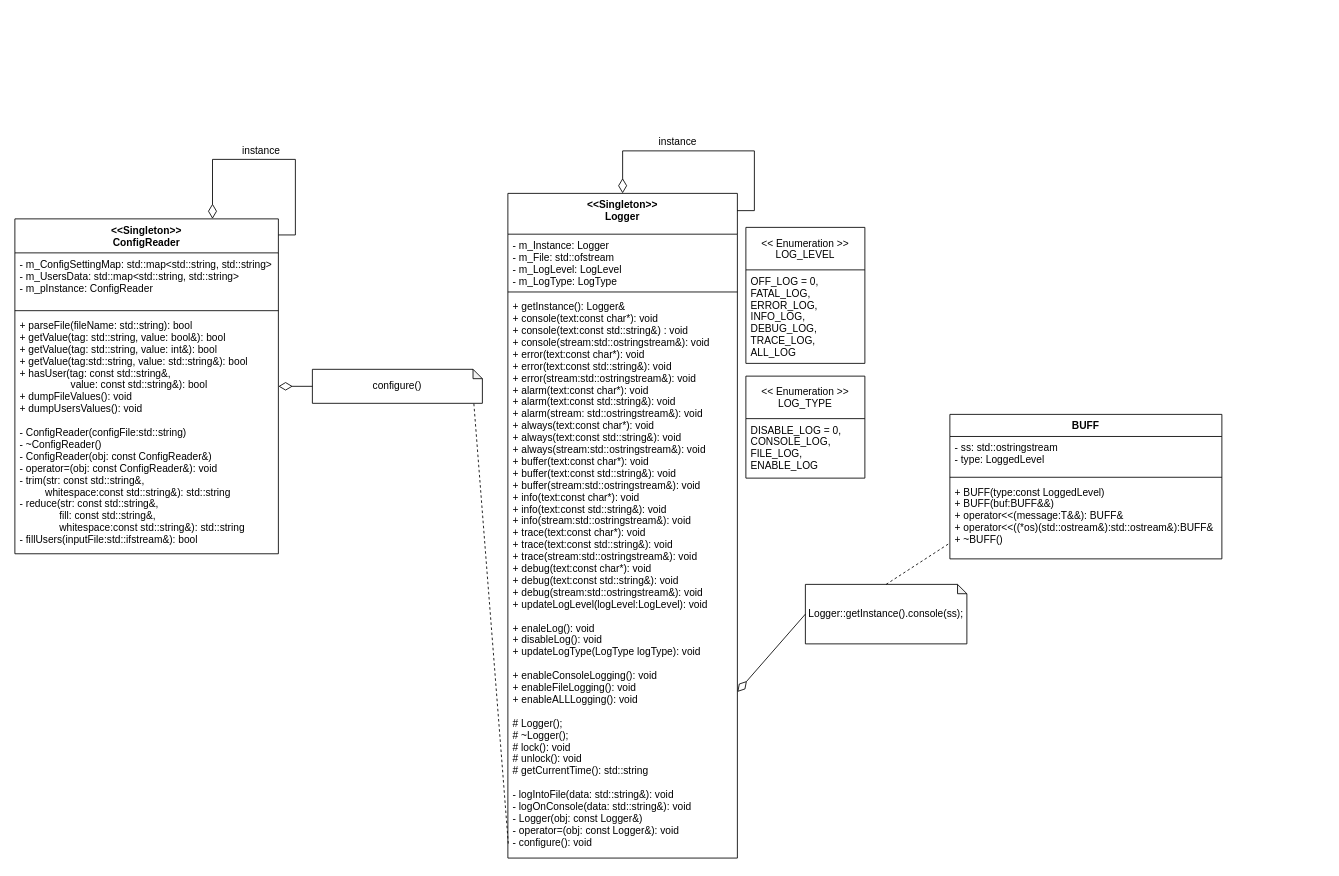
Earlier version of the draw.io diagram page "cfg and logger" (2 of 5) of uml.drawio (RektDerp/socks5-proxy-SUM-2022-copy). Source tidied: cells renumbered, new cells numbered last; positions are measured from the earlier drawing's top-left corner, leaving out a move shared by most shapes. Both pictures are drawn from the tidied source at 85%, with x=0, y=0 at pixel (14, 133).
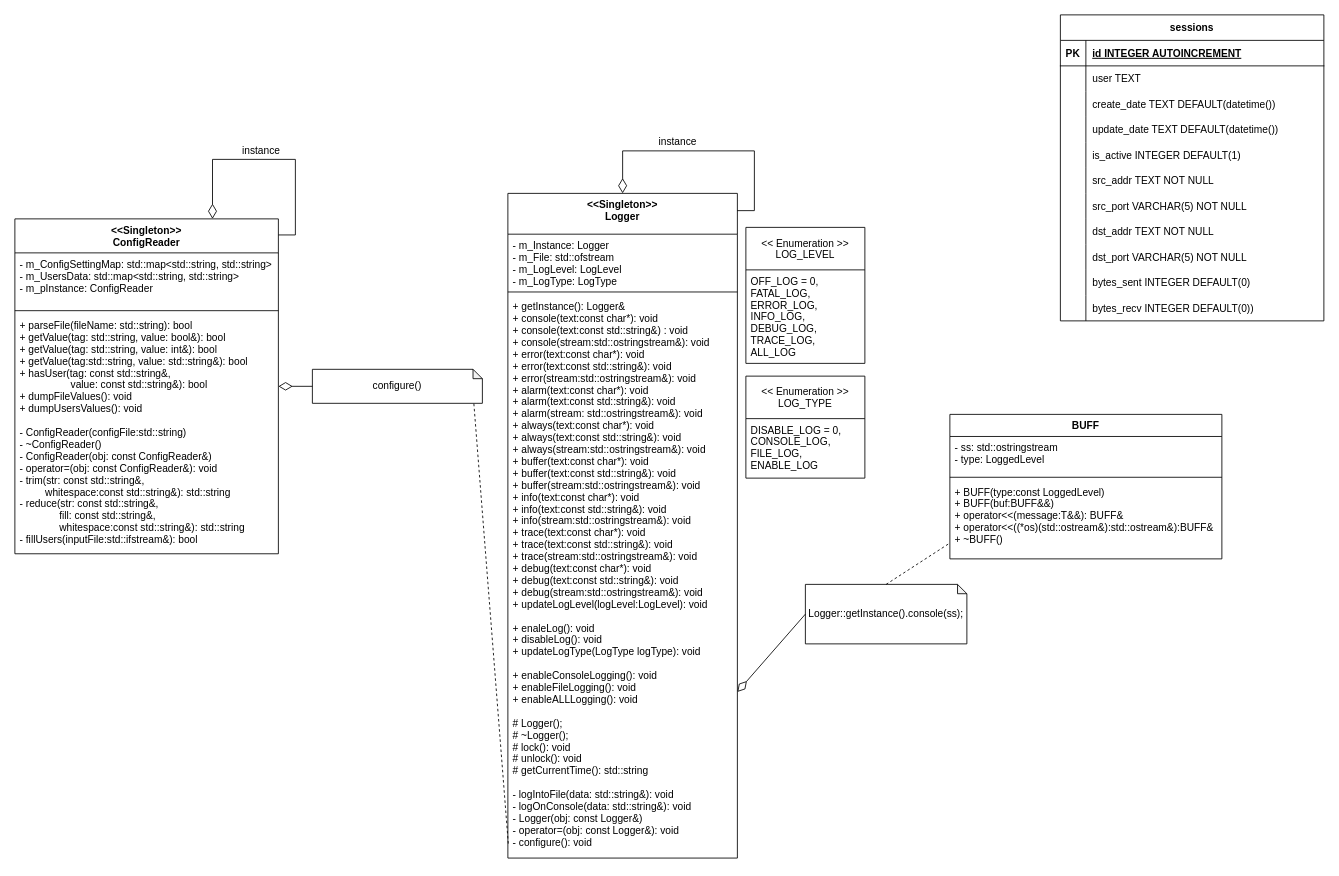
After the change.

Change to the diagram source:
```diff
@@
+    <mxCell id="28" value="sessions" style="shape=table;startSize=30;childLayout=tableLayout;rowLines=0;fontStyle=1;align=center;" parent="1" vertex="1">
+      <mxGeometry x="1230" y="-140" width="310" height="360" as="geometry" />
+    </mxCell>
+    <mxCell id="29" style="shape=tableRow;horizontal=0;startSize=0;swimlaneHead=0;swimlaneBody=0;fillColor=none;top=0;left=0;right=0;bottom=1;" parent="28" vertex="1">
+      <mxGeometry y="30" width="310" height="30" as="geometry" />
+    </mxCell>
+    <mxCell id="30" value="PK" style="shape=partialRectangle;fillColor=none;top=0;left=0;bottom=0;right=0;fontStyle=1;overflow=hidden;" parent="29" vertex="1">
+      <mxGeometry width="30" height="30" as="geometry" />
+    </mxCell>
+    <mxCell id="31" value="id INTEGER AUTOINCREMENT" style="shape=partialRectangle;fillColor=none;top=0;left=0;bottom=0;right=0;align=left;spacingLeft=6;fontStyle=5;overflow=hidden;" parent="29" vertex="1">
+      <mxGeometry x="30" width="280" height="30" as="geometry" />
+    </mxCell>
+    <mxCell id="32" style="shape=tableRow;horizontal=0;startSize=0;swimlaneHead=0;swimlaneBody=0;fillColor=none;top=0;left=0;right=0;bottom=0;" parent="28" vertex="1">
+      <mxGeometry y="60" width="310" height="30" as="geometry" />
+    </mxCell>
+    <mxCell id="33" style="shape=partialRectangle;fillColor=none;top=0;left=0;bottom=0;right=0;overflow=hidden;" parent="32" vertex="1">
+      <mxGeometry width="30" height="30" as="geometry" />
+    </mxCell>
+    <mxCell id="34" value="user TEXT" style="shape=partialRectangle;fillColor=none;top=0;left=0;bottom=0;right=0;align=left;spacingLeft=6;overflow=hidden;" parent="32" vertex="1">
+      <mxGeometry x="30" width="280" height="30" as="geometry" />
+    </mxCell>
+    <mxCell id="35" style="shape=tableRow;horizontal=0;startSize=0;swimlaneHead=0;swimlaneBody=0;fillColor=none;top=0;left=0;right=0;bottom=0;" parent="28" vertex="1">
+      <mxGeometry y="90" width="310" height="30" as="geometry" />
+    </mxCell>
+    <mxCell id="36" style="shape=partialRectangle;fillColor=none;top=0;left=0;bottom=0;right=0;overflow=hidden;" parent="35" vertex="1">
+      <mxGeometry width="30" height="30" as="geometry" />
+    </mxCell>
+    <mxCell id="37" value="create_date TEXT DEFAULT(datetime())" style="shape=partialRectangle;fillColor=none;top=0;left=0;bottom=0;right=0;align=left;spacingLeft=6;overflow=hidden;" parent="35" vertex="1">
+      <mxGeometry x="30" width="280" height="30" as="geometry" />
+    </mxCell>
+    <mxCell id="38" style="shape=tableRow;horizontal=0;startSize=0;swimlaneHead=0;swimlaneBody=0;fillColor=none;top=0;left=0;right=0;bottom=0;" parent="28" vertex="1">
+      <mxGeometry y="120" width="310" height="30" as="geometry" />
+    </mxCell>
+    <mxCell id="39" style="shape=partialRectangle;fillColor=none;top=0;left=0;bottom=0;right=0;overflow=hidden;" parent="38" vertex="1">
+      <mxGeometry width="30" height="30" as="geometry" />
+    </mxCell>
+    <mxCell id="40" value="update_date TEXT DEFAULT(datetime())" style="shape=partialRectangle;fillColor=none;top=0;left=0;bottom=0;right=0;align=left;spacingLeft=6;overflow=hidden;" parent="38" vertex="1">
+      <mxGeometry x="30" width="280" height="30" as="geometry" />
+    </mxCell>
+    <mxCell id="41" style="shape=tableRow;horizontal=0;startSize=0;swimlaneHead=0;swimlaneBody=0;fillColor=none;top=0;left=0;right=0;bottom=0;" parent="28" vertex="1">
+      <mxGeometry y="150" width="310" height="30" as="geometry" />
+    </mxCell>
+    <mxCell id="42" style="shape=partialRectangle;fillColor=none;top=0;left=0;bottom=0;right=0;overflow=hidden;" parent="41" vertex="1">
+      <mxGeometry width="30" height="30" as="geometry" />
+    </mxCell>
+    <mxCell id="43" value="is_active INTEGER DEFAULT(1)" style="shape=partialRectangle;fillColor=none;top=0;left=0;bottom=0;right=0;align=left;spacingLeft=6;overflow=hidden;" parent="41" vertex="1">
+      <mxGeometry x="30" width="280" height="30" as="geometry" />
+    </mxCell>
+    <mxCell id="44" style="shape=tableRow;horizontal=0;startSize=0;swimlaneHead=0;swimlaneBody=0;fillColor=none;top=0;left=0;right=0;bottom=0;" parent="28" vertex="1">
+      <mxGeometry y="180" width="310" height="30" as="geometry" />
+    </mxCell>
+    <mxCell id="45" style="shape=partialRectangle;fillColor=none;top=0;left=0;bottom=0;right=0;overflow=hidden;" parent="44" vertex="1">
+      <mxGeometry width="30" height="30" as="geometry" />
+    </mxCell>
+    <mxCell id="46" value="src_addr TEXT NOT NULL" style="shape=partialRectangle;fillColor=none;top=0;left=0;bottom=0;right=0;align=left;spacingLeft=6;overflow=hidden;" parent="44" vertex="1">
+      <mxGeometry x="30" width="280" height="30" as="geometry" />
+    </mxCell>
+    <mxCell id="47" style="shape=tableRow;horizontal=0;startSize=0;swimlaneHead=0;swimlaneBody=0;fillColor=none;top=0;left=0;right=0;bottom=0;" parent="28" vertex="1">
+      <mxGeometry y="210" width="310" height="30" as="geometry" />
+    </mxCell>
+    <mxCell id="48" style="shape=partialRectangle;fillColor=none;top=0;left=0;bottom=0;right=0;overflow=hidden;" parent="47" vertex="1">
+      <mxGeometry width="30" height="30" as="geometry" />
+    </mxCell>
+    <mxCell id="49" value="src_port VARCHAR(5) NOT NULL" style="shape=partialRectangle;fillColor=none;top=0;left=0;bottom=0;right=0;align=left;spacingLeft=6;overflow=hidden;" parent="47" vertex="1">
+      <mxGeometry x="30" width="280" height="30" as="geometry" />
+    </mxCell>
+    <mxCell id="50" style="shape=tableRow;horizontal=0;startSize=0;swimlaneHead=0;swimlaneBody=0;fillColor=none;top=0;left=0;right=0;bottom=0;" parent="28" vertex="1">
+      <mxGeometry y="240" width="310" height="30" as="geometry" />
+    </mxCell>
+    <mxCell id="51" style="shape=partialRectangle;fillColor=none;top=0;left=0;bottom=0;right=0;overflow=hidden;" parent="50" vertex="1">
+      <mxGeometry width="30" height="30" as="geometry" />
+    </mxCell>
+    <mxCell id="52" value="dst_addr TEXT NOT NULL" style="shape=partialRectangle;fillColor=none;top=0;left=0;bottom=0;right=0;align=left;spacingLeft=6;overflow=hidden;" parent="50" vertex="1">
+      <mxGeometry x="30" width="280" height="30" as="geometry" />
+    </mxCell>
+    <mxCell id="53" style="shape=tableRow;horizontal=0;startSize=0;swimlaneHead=0;swimlaneBody=0;fillColor=none;top=0;left=0;right=0;bottom=0;" parent="28" vertex="1">
+      <mxGeometry y="270" width="310" height="30" as="geometry" />
+    </mxCell>
+    <mxCell id="54" style="shape=partialRectangle;fillColor=none;top=0;left=0;bottom=0;right=0;overflow=hidden;" parent="53" vertex="1">
+      <mxGeometry width="30" height="30" as="geometry" />
+    </mxCell>
+    <mxCell id="55" value="dst_port VARCHAR(5) NOT NULL" style="shape=partialRectangle;fillColor=none;top=0;left=0;bottom=0;right=0;align=left;spacingLeft=6;overflow=hidden;" parent="53" vertex="1">
+      <mxGeometry x="30" width="280" height="30" as="geometry" />
+    </mxCell>
+    <mxCell id="56" style="shape=tableRow;horizontal=0;startSize=0;swimlaneHead=0;swimlaneBody=0;fillColor=none;top=0;left=0;right=0;bottom=0;" parent="28" vertex="1">
+      <mxGeometry y="300" width="310" height="30" as="geometry" />
+    </mxCell>
+    <mxCell id="57" style="shape=partialRectangle;fillColor=none;top=0;left=0;bottom=0;right=0;overflow=hidden;" parent="56" vertex="1">
+      <mxGeometry width="30" height="30" as="geometry" />
+    </mxCell>
+    <mxCell id="58" value="bytes_sent INTEGER DEFAULT(0)" style="shape=partialRectangle;fillColor=none;top=0;left=0;bottom=0;right=0;align=left;spacingLeft=6;overflow=hidden;" parent="56" vertex="1">
+      <mxGeometry x="30" width="280" height="30" as="geometry" />
+    </mxCell>
+    <mxCell id="59" style="shape=tableRow;horizontal=0;startSize=0;swimlaneHead=0;swimlaneBody=0;fillColor=none;top=0;left=0;right=0;bottom=0;" parent="28" vertex="1">
+      <mxGeometry y="330" width="310" height="30" as="geometry" />
+    </mxCell>
+    <mxCell id="60" style="shape=partialRectangle;fillColor=none;top=0;left=0;bottom=0;right=0;overflow=hidden;" parent="59" vertex="1">
+      <mxGeometry width="30" height="30" as="geometry" />
+    </mxCell>
+    <mxCell id="61" value="bytes_recv INTEGER DEFAULT(0))" style="shape=partialRectangle;fillColor=none;top=0;left=0;bottom=0;right=0;align=left;spacingLeft=6;overflow=hidden;" parent="59" vertex="1">
+      <mxGeometry x="30" width="280" height="30" as="geometry" />
+    </mxCell>
```
